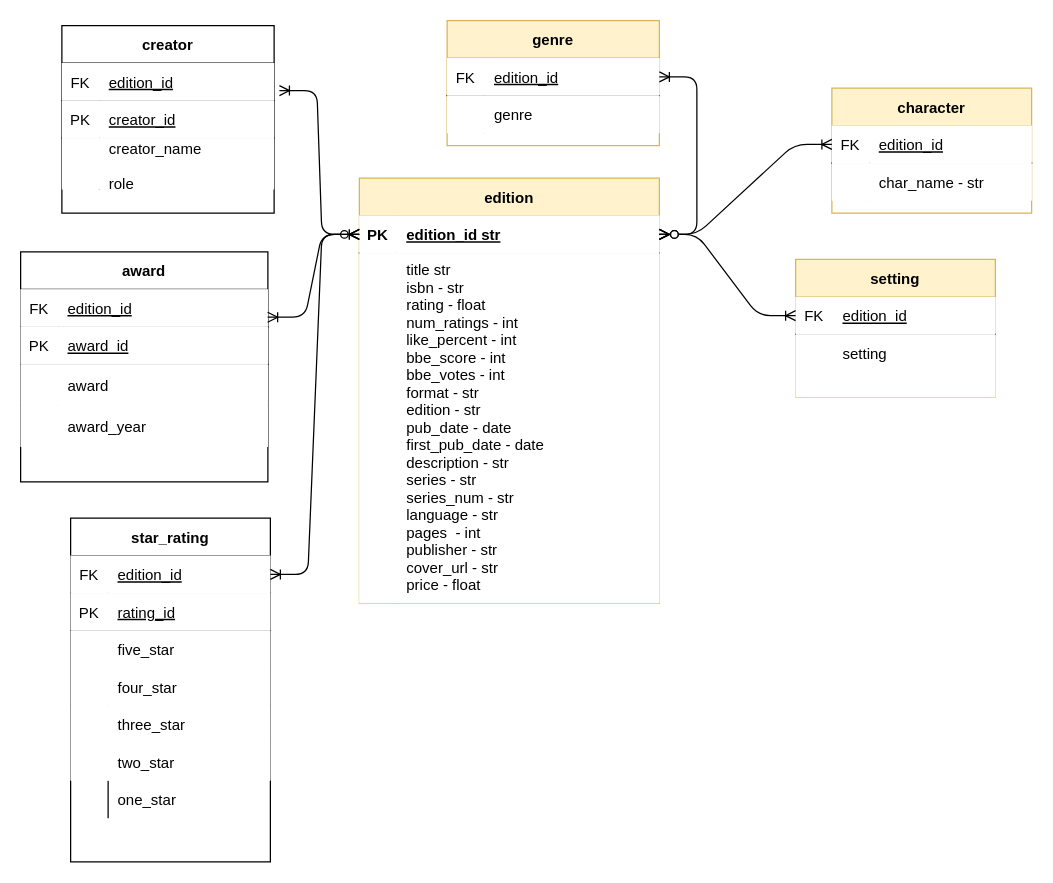
The draw.io diagram artifacts/books_db.drawio in codeslp/books_db, before the edit. Source tidied: cells renumbered, new cells numbered last; positions are measured from the earlier drawing's top-left corner, leaving out a move shared by most shapes. Both pictures are drawn from the tidied source at 125%, with x=0, y=0 at pixel (20, 20).
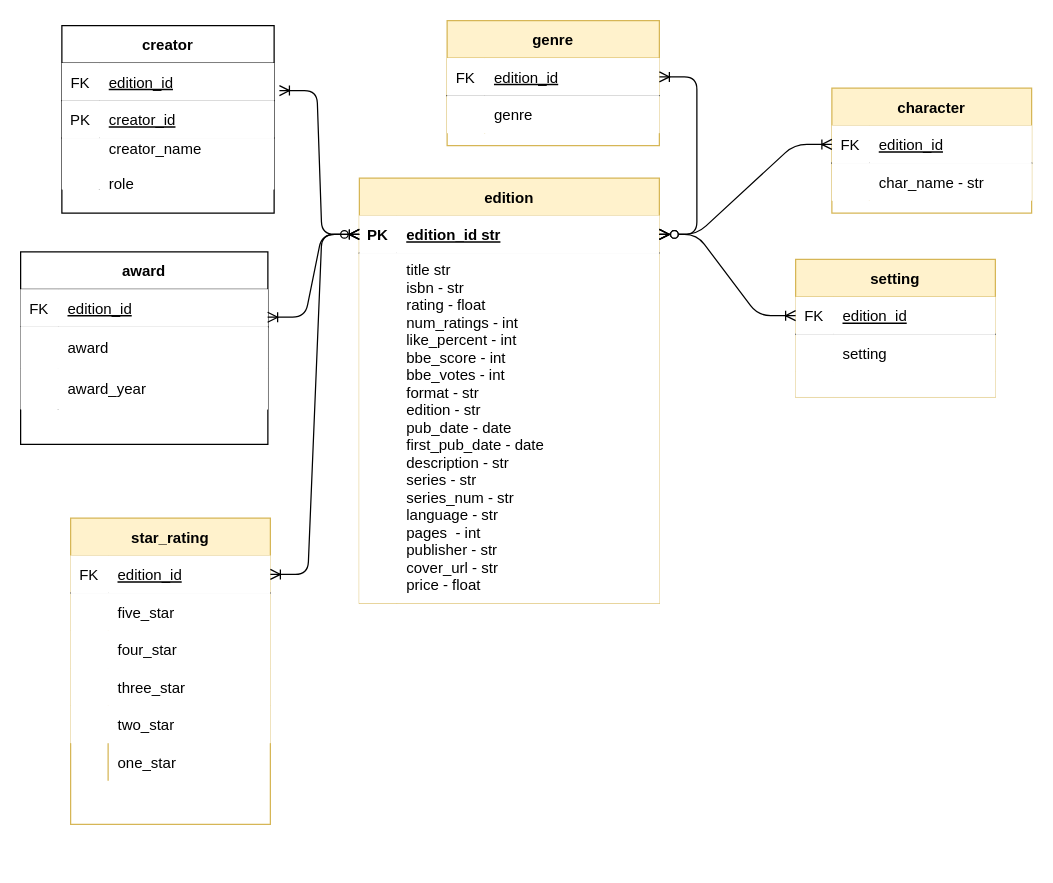
After the change.

Unchanged cells that the change refers to:
```xml
<mxCell id="34" style="group;" parent="1" vertex="1">
  <mxGeometry y="185" width="197.8" height="184" as="geometry" />
</mxCell>
```

The edit, as a diff of the source:
```diff
@@
     <mxCell id="35" value="award" style="shape=table;startSize=30;childLayout=tableLayout;rowLines=0;fontStyle=1;align=center;" parent="34" vertex="1">
-      <mxGeometry width="197.8" height="184" as="geometry" />
+      <mxGeometry width="197.8" height="154" as="geometry" />
     </mxCell>
@@
-    <mxCell id="39" style="shape=partialRectangle;top=0;left=0;right=0;bottom=1;" parent="35" vertex="1">
-      <mxGeometry y="60" width="197.8" height="30" as="geometry" />
-    </mxCell>
-    <mxCell id="40" value="PK" style="shape=partialRectangle;overflow=hidden;top=0;left=0;bottom=0;right=0;fontStyle=0;" parent="39" vertex="1">
-      <mxGeometry width="30" height="30" as="geometry" />
-    </mxCell>
-    <mxCell id="41" value="award_id" style="shape=partialRectangle;overflow=hidden;top=0;left=0;bottom=0;right=0;align=left;spacingLeft=6;fontStyle=4;" parent="39" vertex="1">
-      <mxGeometry x="30" width="167.8" height="30" as="geometry" />
-    </mxCell>
     <mxCell id="42" style="shape=partialRectangle;top=0;left=0;right=0;bottom=0;" parent="35" vertex="1">
-      <mxGeometry y="90" width="197.8" height="33" as="geometry" />
+      <mxGeometry y="60" width="197.8" height="33" as="geometry" />
     </mxCell>
@@
     <mxCell id="45" style="shape=partialRectangle;top=0;left=0;right=0;bottom=0;" parent="35" vertex="1">
-      <mxGeometry y="123" width="197.8" height="33" as="geometry" />
+      <mxGeometry y="93" width="197.8" height="33" as="geometry" />
     </mxCell>
@@
-    <mxCell id="62" value="star_rating" style="shape=table;startSize=30;childLayout=tableLayout;rowLines=0;fontStyle=1;align=center;" parent="1" vertex="1">
-      <mxGeometry x="40" y="398" width="159.8" height="275" as="geometry" />
+    <mxCell id="62" value="star_rating" style="shape=table;startSize=30;childLayout=tableLayout;rowLines=0;fontStyle=1;align=center;fillColor=#fff2cc;strokeColor=#d6b656;" parent="1" vertex="1">
+      <mxGeometry x="40" y="398" width="159.8" height="245" as="geometry" />
     </mxCell>
@@
-    <mxCell id="66" style="shape=partialRectangle;top=0;left=0;right=0;bottom=1;" parent="62" vertex="1">
-      <mxGeometry y="60" width="159.8" height="30" as="geometry" />
-    </mxCell>
-    <mxCell id="67" value="PK" style="shape=partialRectangle;overflow=hidden;top=0;left=0;bottom=0;right=0;fontStyle=0;" parent="66" vertex="1">
-      <mxGeometry width="30" height="30" as="geometry" />
-    </mxCell>
-    <mxCell id="68" value="rating_id" style="shape=partialRectangle;overflow=hidden;top=0;left=0;bottom=0;right=0;align=left;spacingLeft=6;fontStyle=4;" parent="66" vertex="1">
-      <mxGeometry x="30" width="129.8" height="30" as="geometry" />
-    </mxCell>
     <mxCell id="69" style="shape=partialRectangle;top=0;left=0;right=0;bottom=0;" parent="62" vertex="1">
-      <mxGeometry y="90" width="159.8" height="30" as="geometry" />
+      <mxGeometry y="60" width="159.8" height="30" as="geometry" />
     </mxCell>
@@
     <mxCell id="72" style="shape=partialRectangle;top=0;left=0;right=0;bottom=0;" parent="62" vertex="1">
-      <mxGeometry y="120" width="159.8" height="30" as="geometry" />
+      <mxGeometry y="90" width="159.8" height="30" as="geometry" />
     </mxCell>
@@
     <mxCell id="75" style="shape=partialRectangle;top=0;left=0;right=0;bottom=0;" parent="62" vertex="1">
-      <mxGeometry y="150" width="159.8" height="30" as="geometry" />
+      <mxGeometry y="120" width="159.8" height="30" as="geometry" />
     </mxCell>
@@
     <mxCell id="78" style="shape=partialRectangle;top=0;left=0;right=0;bottom=0;" parent="62" vertex="1">
-      <mxGeometry y="180" width="159.8" height="30" as="geometry" />
+      <mxGeometry y="150" width="159.8" height="30" as="geometry" />
     </mxCell>
@@
     <mxCell id="81" style="shape=partialRectangle;fillColor=none;top=0;left=0;right=0;bottom=0;" parent="62" vertex="1">
-      <mxGeometry y="210" width="159.8" height="30" as="geometry" />
+      <mxGeometry y="180" width="159.8" height="30" as="geometry" />
     </mxCell>
```
